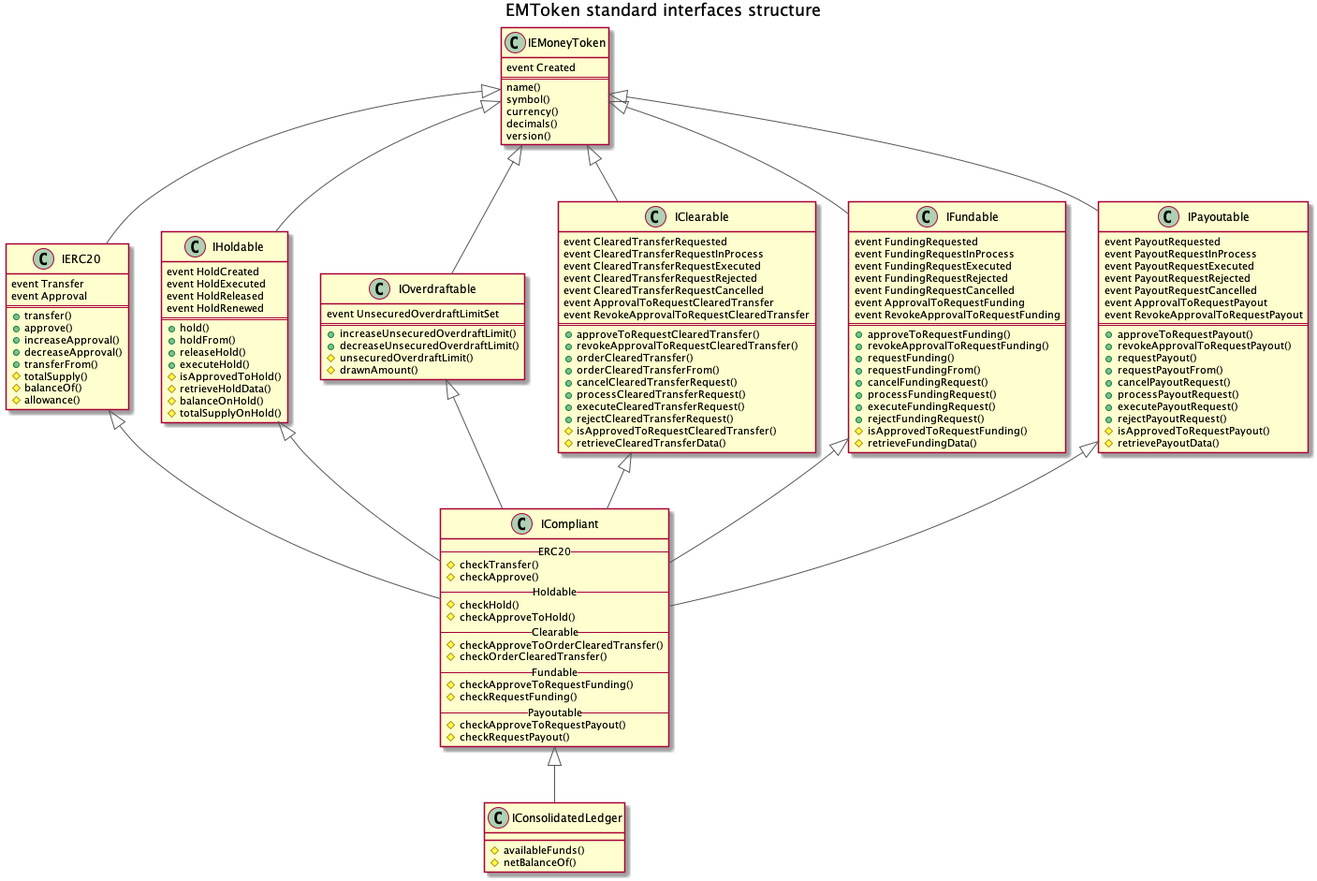
Above: diagrams/standard_structure.png in natiboston/EM-Token (PlantUML), before the change.
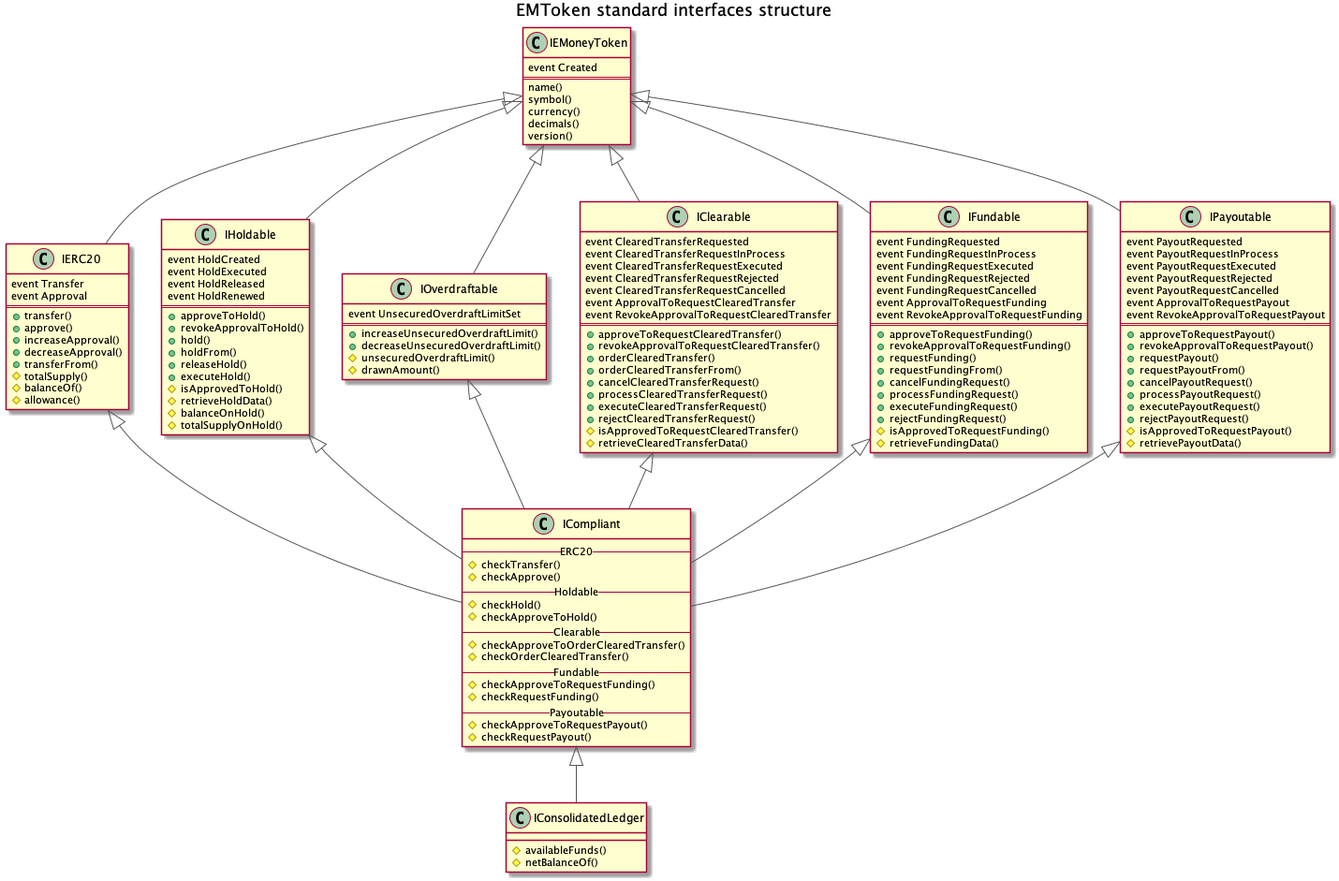
The same file after the commit.

The edit, as a diff of the source:
```diff
@@ -44,6 +44,8 @@
   {field}event HoldReleased
   {field}event HoldRenewed
   ==
+  {method}+approveToHold()
+  {method}+revokeApprovalToHold()
   {method}+hold()
   {method}+holdFrom()
   {method}+releaseHold()
```
